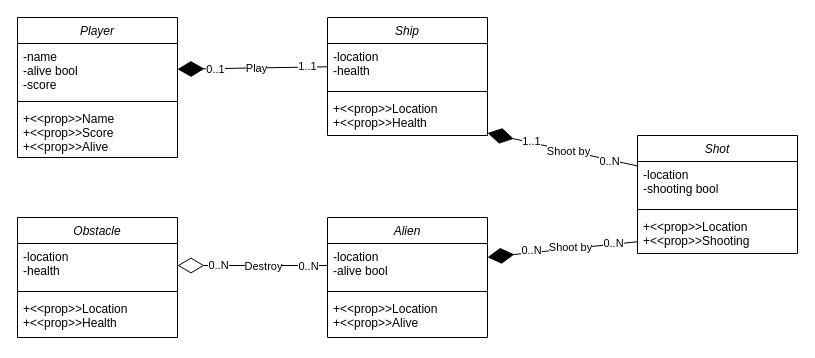
Above: Diagrammes/DiagrammeDeClasse.drawio in SamGreppinETML/SpacyNvader (draw.io), before the change. Source tidied: cells renumbered, new cells numbered last; positions are measured from the earlier drawing's top-left corner, leaving out a move shared by most shapes. Both pictures are drawn from the tidied source at 100%, with x=0, y=0 at pixel (17, 17).
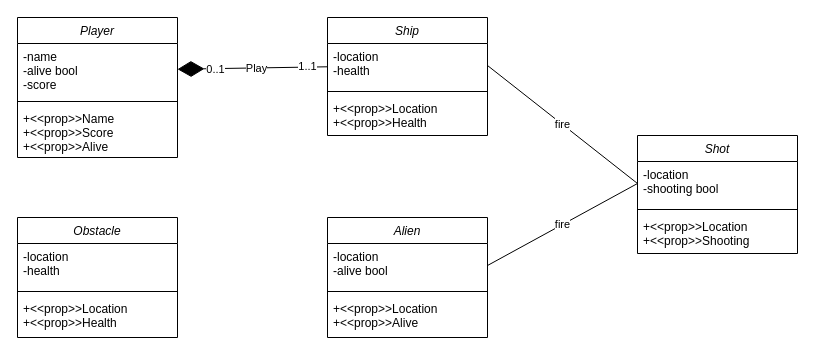
After the change.

Commit message (it also covers changes not shown here):
Modifier les diagrammes

Unchanged cells that the change refers to:
```xml
<mxCell id="3" value="-location&#10;-alive bool" style="text;align=left;verticalAlign=top;spacingLeft=4;spacingRight=4;overflow=hidden;points=[[0,0.5],[1,0.5]];portConstraint=eastwest;" parent="2" vertex="1">
  <mxGeometry y="26" width="160" height="44" as="geometry" />
</mxCell>
<mxCell id="11" value="-location&#10;-health" style="text;align=left;verticalAlign=top;spacingLeft=4;spacingRight=4;overflow=hidden;points=[[0,0.5],[1,0.5]];portConstraint=eastwest;" parent="10" vertex="1">
  <mxGeometry y="26" width="160" height="44" as="geometry" />
</mxCell>
<mxCell id="15" value="-location&#10;-health" style="text;align=left;verticalAlign=top;spacingLeft=4;spacingRight=4;overflow=hidden;points=[[0,0.5],[1,0.5]];portConstraint=eastwest;" parent="14" vertex="1">
  <mxGeometry y="26" width="160" height="44" as="geometry" />
</mxCell>
<mxCell id="17" value="+&lt;&lt;prop&gt;&gt;Location&#10;+&lt;&lt;prop&gt;&gt;Health" style="text;align=left;verticalAlign=top;spacingLeft=4;spacingRight=4;overflow=hidden;points=[[0,0.5],[1,0.5]];portConstraint=eastwest;" parent="14" vertex="1">
  <mxGeometry y="78" width="160" height="40" as="geometry" />
</mxCell>
<mxCell id="19" value="-location&#10;-shooting bool" style="text;align=left;verticalAlign=top;spacingLeft=4;spacingRight=4;overflow=hidden;points=[[0,0.5],[1,0.5]];portConstraint=eastwest;" parent="18" vertex="1">
  <mxGeometry y="26" width="160" height="44" as="geometry" />
</mxCell>
<mxCell id="21" value="+&lt;&lt;prop&gt;&gt;Location&#10;+&lt;&lt;prop&gt;&gt;Shooting" style="text;align=left;verticalAlign=top;spacingLeft=4;spacingRight=4;overflow=hidden;points=[[0,0.5],[1,0.5]];portConstraint=eastwest;" parent="18" vertex="1">
  <mxGeometry y="78" width="160" height="40" as="geometry" />
</mxCell>
```

What changed in the source:
```diff
@@
-    <mxCell id="22" style="endArrow=diamondThin;endFill=0;endSize=24;html=1;rounded=0;" parent="1" edge="1" source="3" target="11">
-      <mxGeometry relative="1" as="geometry" />
-    </mxCell>
-    <mxCell id="23" value="Destroy" style="edgeLabel;html=1;align=center;verticalAlign=middle;" parent="22" vertex="1">
-      <mxGeometry x="-0.13" relative="1" as="geometry" />
-    </mxCell>
-    <mxCell id="24" value="0..N" style="edgeLabel;html=1;align=center;verticalAlign=middle;" parent="22" vertex="1">
-      <mxGeometry x="-0.74" relative="1" as="geometry" />
-    </mxCell>
-    <mxCell id="25" value="0..N" style="edgeLabel;html=1;align=center;verticalAlign=middle;" parent="22" vertex="1">
-      <mxGeometry x="0.46" y="-1" relative="1" as="geometry" />
-    </mxCell>
@@
-    <mxCell id="30" style="endArrow=diamondThin;endFill=1;endSize=24;html=1;rounded=0;" parent="1" edge="1" source="19" target="17">
-      <mxGeometry relative="1" as="geometry" />
-    </mxCell>
-    <mxCell id="31" value="Shoot by" style="edgeLabel;html=1;align=center;verticalAlign=middle;" parent="30" vertex="1">
-      <mxGeometry x="-0.08" relative="1" as="geometry" />
-    </mxCell>
-    <mxCell id="32" value="0..N" style="edgeLabel;html=1;align=center;verticalAlign=middle;" parent="30" vertex="1">
-      <mxGeometry x="-0.62" y="1" relative="1" as="geometry" />
-    </mxCell>
-    <mxCell id="33" value="1..1" style="edgeLabel;html=1;align=center;verticalAlign=middle;" parent="30" vertex="1">
-      <mxGeometry x="0.42" y="-2" relative="1" as="geometry" />
-    </mxCell>
-    <mxCell id="34" style="endArrow=diamondThin;endFill=1;endSize=24;html=1;rounded=0;" parent="1" edge="1" source="21" target="3">
-      <mxGeometry relative="1" as="geometry" />
-    </mxCell>
-    <mxCell id="35" value="Shoot by" style="edgeLabel;html=1;align=center;verticalAlign=middle;" parent="34" vertex="1">
-      <mxGeometry x="-0.1" y="-2" relative="1" as="geometry" />
-    </mxCell>
-    <mxCell id="36" value="0..N" style="edgeLabel;html=1;align=center;verticalAlign=middle;" parent="34" vertex="1">
-      <mxGeometry x="0.42" y="-3" relative="1" as="geometry" />
-    </mxCell>
-    <mxCell id="37" value="0..N" style="edgeLabel;html=1;align=center;verticalAlign=middle;" parent="34" vertex="1">
-      <mxGeometry x="-0.67" y="-1" relative="1" as="geometry" />
-    </mxCell>
+    <mxCell id="38" value="fire" style="endArrow=none;html=1;rounded=0;exitX=0;exitY=0.5;exitDx=0;exitDy=0;entryX=1;entryY=0.5;entryDx=0;entryDy=0;" parent="1" edge="1" source="19" target="15">
+      <mxGeometry relative="1" as="geometry" />
+    </mxCell>
+    <mxCell id="39" value="fire" style="endArrow=none;html=1;rounded=0;exitX=0;exitY=0.5;exitDx=0;exitDy=0;entryX=1;entryY=0.5;entryDx=0;entryDy=0;" parent="1" edge="1" source="19" target="3">
+      <mxGeometry relative="1" as="geometry" />
+    </mxCell>
```
